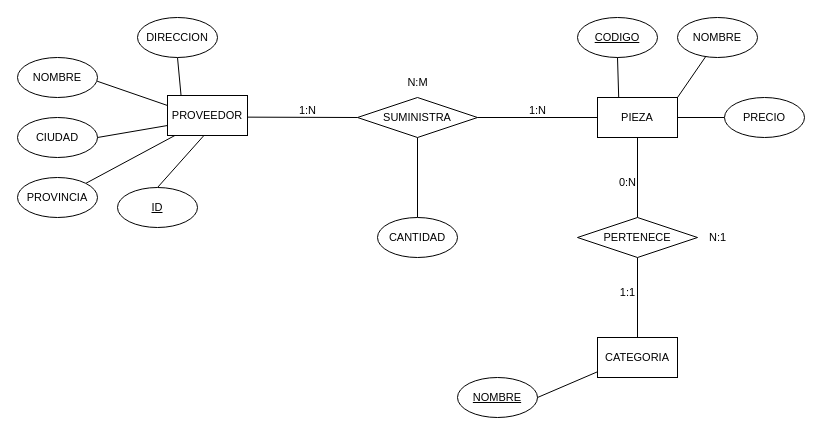
Above: page "diagram-2" (2 of 5) of bases-datos/diagrams.drawio in igardiet/dam (draw.io), before the change. Source tidied: cells renumbered, new cells numbered last; positions are measured from the earlier drawing's top-left corner, leaving out a move shared by most shapes. Both pictures are drawn from the tidied source at 100%, with x=0, y=0 at pixel (17, 17).
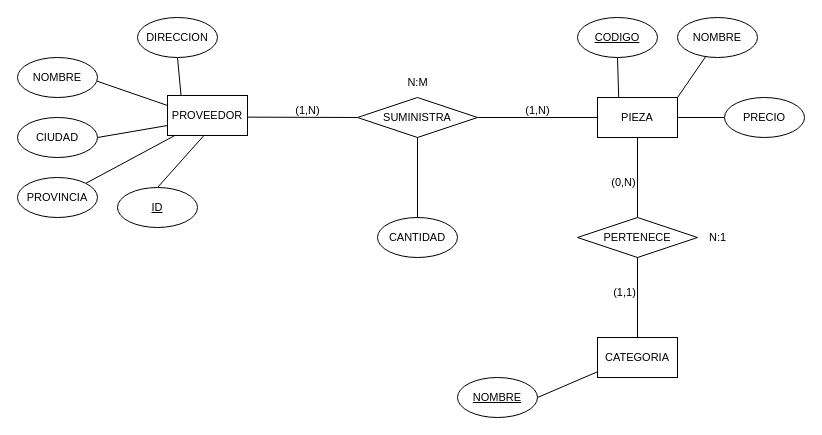
After the change.

The edit, as a diff of the source:
```diff
@@
-    <mxCell id="26" value="1:N" style="text;html=1;align=center;verticalAlign=middle;strokeColor=none;fillColor=none;fontSize=11;fontFamily=Helvetica;fontColor=default;" parent="1" vertex="1">
-      <mxGeometry x="270" y="78" width="40" height="30" as="geometry" />
+    <mxCell id="26" value="(1,N)" style="text;html=1;align=center;verticalAlign=middle;strokeColor=none;fillColor=none;fontSize=11;fontFamily=Helvetica;fontColor=default;" parent="1" vertex="1">
+      <mxGeometry x="265" y="78" width="50" height="30" as="geometry" />
     </mxCell>
-    <mxCell id="27" value="1:1" style="text;html=1;align=center;verticalAlign=middle;strokeColor=none;fillColor=none;fontSize=11;fontFamily=Helvetica;fontColor=default;" parent="1" vertex="1">
-      <mxGeometry x="590" y="260" width="40" height="30" as="geometry" />
+    <mxCell id="27" value="(1,1)" style="text;html=1;align=center;verticalAlign=middle;strokeColor=none;fillColor=none;fontSize=11;fontFamily=Helvetica;fontColor=default;" parent="1" vertex="1">
+      <mxGeometry x="582" y="260" width="50" height="30" as="geometry" />
     </mxCell>
@@
-    <mxCell id="29" value="0:N" style="text;html=1;align=center;verticalAlign=middle;strokeColor=none;fillColor=none;fontSize=11;fontFamily=Helvetica;fontColor=default;" parent="1" vertex="1">
-      <mxGeometry x="590" y="150" width="40" height="30" as="geometry" />
+    <mxCell id="29" value="(0,N)" style="text;html=1;align=center;verticalAlign=middle;strokeColor=none;fillColor=none;fontSize=11;fontFamily=Helvetica;fontColor=default;" parent="1" vertex="1">
+      <mxGeometry x="581" y="150" width="50" height="30" as="geometry" />
     </mxCell>
@@
-    <mxCell id="31" value="1:N" style="text;html=1;align=center;verticalAlign=middle;strokeColor=none;fillColor=none;fontSize=11;fontFamily=Helvetica;fontColor=default;" parent="1" vertex="1">
-      <mxGeometry x="500" y="78" width="40" height="30" as="geometry" />
+    <mxCell id="31" value="(1,N)" style="text;html=1;align=center;verticalAlign=middle;strokeColor=none;fillColor=none;fontSize=11;fontFamily=Helvetica;fontColor=default;" parent="1" vertex="1">
+      <mxGeometry x="495" y="78" width="50" height="30" as="geometry" />
     </mxCell>
```
